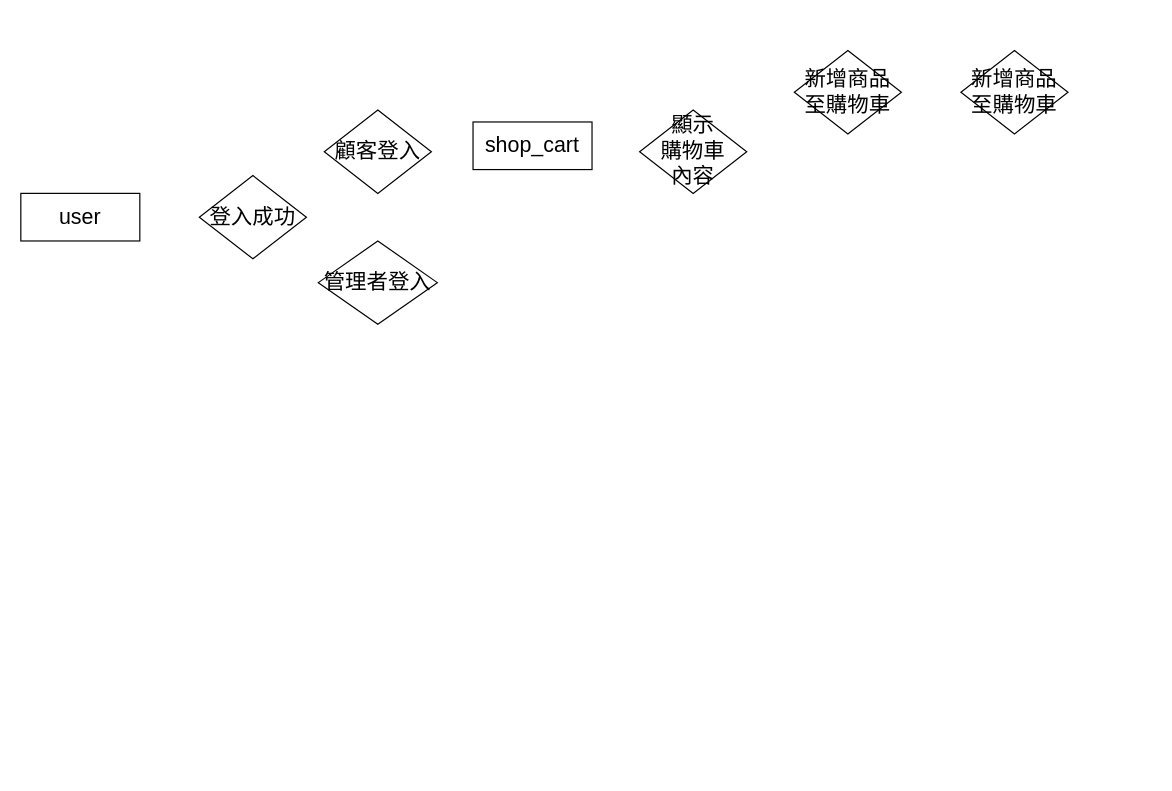
Above: shop_cart_diagram.drawio in tommygood/shopping-cart (draw.io), before the change. Source tidied: cells renumbered, new cells numbered last; positions are measured from the earlier drawing's top-left corner, leaving out a move shared by most shapes. Both pictures are drawn from the tidied source at 119%, with x=0, y=0 at pixel (20, 50).
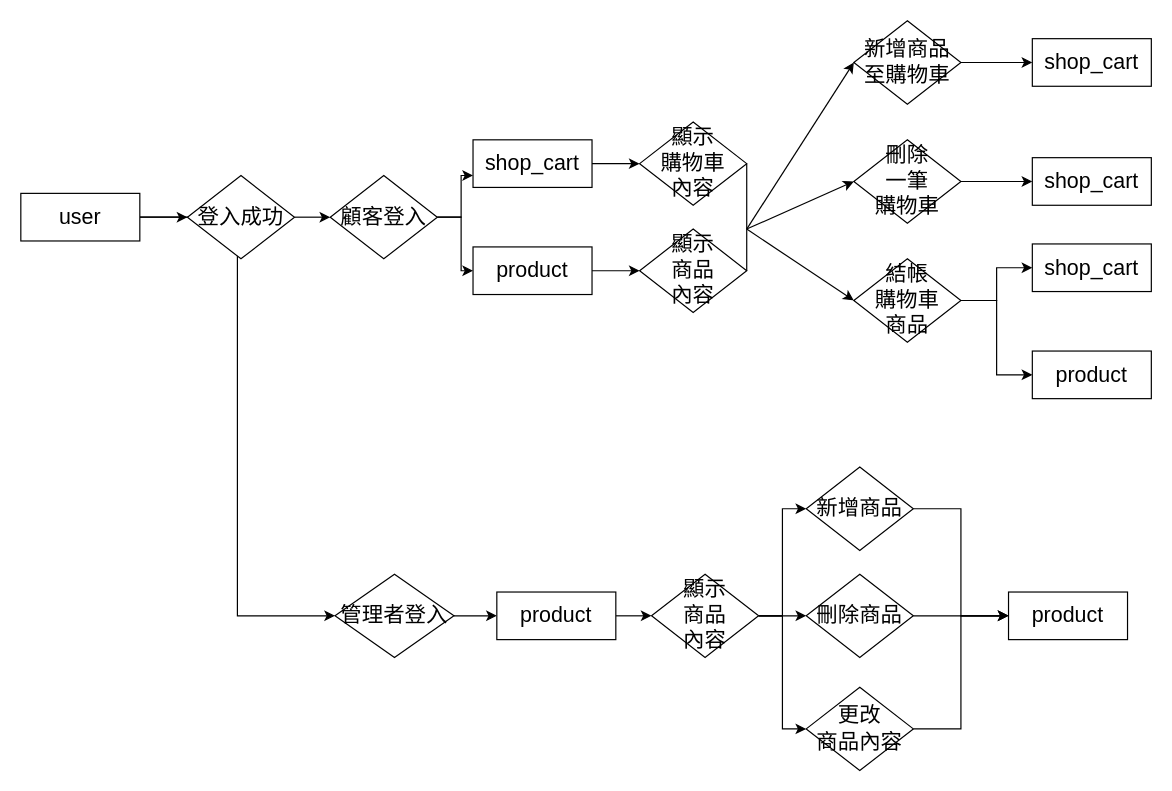
After the change.

Commit message:
diagram first done version without register function

Unchanged cells that the change refers to:
```xml
<mxCell id="2" value="&lt;font style=&quot;font-size: 18px;&quot;&gt;user&lt;/font&gt;" style="rounded=0;whiteSpace=wrap;html=1;" parent="1" vertex="1">
  <mxGeometry y="120" width="100" height="40" as="geometry" />
</mxCell>
```

What changed in the source:
```diff
@@
+    <mxCell id="10" style="edgeStyle=orthogonalEdgeStyle;rounded=0;jettySize=auto;html=1;exitX=1;exitY=0.5;exitDx=0;exitDy=0;entryX=0;entryY=0.5;entryDx=0;entryDy=0;" parent="1" edge="1" source="2" target="3">
+      <mxGeometry relative="1" as="geometry" />
+    </mxCell>
+    <mxCell id="11" style="edgeStyle=orthogonalEdgeStyle;rounded=0;jettySize=auto;html=1;exitX=1;exitY=0.5;exitDx=0;exitDy=0;entryX=0;entryY=0.5;entryDx=0;entryDy=0;" parent="1" edge="1" source="2" target="4">
+      <mxGeometry relative="1" as="geometry" />
+    </mxCell>
@@
+    <mxCell id="12" style="edgeStyle=orthogonalEdgeStyle;rounded=0;jettySize=auto;html=1;exitX=1;exitY=0.5;exitDx=0;exitDy=0;entryX=0;entryY=0.5;entryDx=0;entryDy=0;" parent="1" edge="1" source="3" target="5">
+      <mxGeometry relative="1" as="geometry" />
+    </mxCell>
     <mxCell id="3" value="登入成功" style="rhombus;whiteSpace=wrap;html=1;fontSize=18;" parent="1" vertex="1">
-      <mxGeometry x="150" y="105" width="90" height="70" as="geometry" />
+      <mxGeometry x="140" y="105" width="90" height="70" as="geometry" />
     </mxCell>
+    <mxCell id="13" style="edgeStyle=orthogonalEdgeStyle;rounded=0;jettySize=auto;html=1;exitX=1;exitY=0.5;exitDx=0;exitDy=0;" parent="1" edge="1" source="4" target="31">
+      <mxGeometry relative="1" as="geometry" />
+    </mxCell>
     <mxCell id="4" value="管理者登入" style="rhombus;whiteSpace=wrap;html=1;fontSize=18;" parent="1" vertex="1">
-      <mxGeometry x="250" y="160" width="100" height="70" as="geometry" />
+      <mxGeometry x="264" y="440" width="100" height="70" as="geometry" />
     </mxCell>
+    <mxCell id="14" style="edgeStyle=orthogonalEdgeStyle;rounded=0;jettySize=auto;html=1;exitX=1;exitY=0.5;exitDx=0;exitDy=0;entryX=0;entryY=0.75;entryDx=0;entryDy=0;" parent="1" edge="1" source="5" target="6">
+      <mxGeometry relative="1" as="geometry" />
+    </mxCell>
+    <mxCell id="15" style="edgeStyle=orthogonalEdgeStyle;rounded=0;jettySize=auto;html=1;exitX=1;exitY=0.5;exitDx=0;exitDy=0;entryX=0;entryY=0.5;entryDx=0;entryDy=0;" parent="1" edge="1" source="5" target="28">
+      <mxGeometry relative="1" as="geometry" />
+    </mxCell>
     <mxCell id="5" value="顧客登入" style="rhombus;whiteSpace=wrap;html=1;fontSize=18;" parent="1" vertex="1">
-      <mxGeometry x="255" y="50" width="90" height="70" as="geometry" />
+      <mxGeometry x="260" y="105" width="90" height="70" as="geometry" />
     </mxCell>
+    <mxCell id="16" style="edgeStyle=orthogonalEdgeStyle;rounded=0;jettySize=auto;html=1;exitX=1;exitY=0.5;exitDx=0;exitDy=0;entryX=0;entryY=0.5;entryDx=0;entryDy=0;" parent="1" edge="1" source="6" target="7">
+      <mxGeometry relative="1" as="geometry" />
+    </mxCell>
     <mxCell id="6" value="&lt;span style=&quot;font-size: 18px;&quot;&gt;shop_cart&lt;/span&gt;" style="rounded=0;whiteSpace=wrap;html=1;" parent="1" vertex="1">
-      <mxGeometry x="380" y="60" width="100" height="40" as="geometry" />
+      <mxGeometry x="380" y="75" width="100" height="40" as="geometry" />
     </mxCell>
     <mxCell id="7" value="顯示&lt;br&gt;購物車&lt;br&gt;內容" style="rhombus;whiteSpace=wrap;html=1;fontSize=18;" parent="1" vertex="1">
-      <mxGeometry x="520" y="50" width="90" height="70" as="geometry" />
+      <mxGeometry x="520" y="60" width="90" height="70" as="geometry" />
     </mxCell>
+    <mxCell id="17" style="edgeStyle=orthogonalEdgeStyle;rounded=0;jettySize=auto;html=1;exitX=1;exitY=0.5;exitDx=0;exitDy=0;entryX=0;entryY=0.5;entryDx=0;entryDy=0;" parent="1" edge="1" source="8" target="18">
+      <mxGeometry relative="1" as="geometry" />
+    </mxCell>
     <mxCell id="8" value="新增商品至購物車" style="rhombus;whiteSpace=wrap;html=1;fontSize=18;" parent="1" vertex="1">
-      <mxGeometry x="650" width="90" height="70" as="geometry" />
+      <mxGeometry x="700" y="-25" width="90" height="70" as="geometry" />
     </mxCell>
-    <mxCell id="9" value="新增商品至購物車" style="rhombus;whiteSpace=wrap;html=1;fontSize=18;" parent="1" vertex="1">
-      <mxGeometry x="790" width="90" height="70" as="geometry" />
-    </mxCell>
+    <mxCell id="18" value="&lt;span style=&quot;font-size: 18px;&quot;&gt;shop_cart&lt;/span&gt;" style="rounded=0;whiteSpace=wrap;html=1;" parent="1" vertex="1">
+      <mxGeometry x="850" y="-10" width="100" height="40" as="geometry" />
+    </mxCell>
+    <mxCell id="19" style="edgeStyle=orthogonalEdgeStyle;rounded=0;jettySize=auto;html=1;exitX=1;exitY=0.5;exitDx=0;exitDy=0;entryX=0;entryY=0.5;entryDx=0;entryDy=0;" parent="1" edge="1" source="20" target="21">
+      <mxGeometry relative="1" as="geometry" />
+    </mxCell>
+    <mxCell id="20" value="刪除&lt;br&gt;一筆&lt;br&gt;購物車" style="rhombus;whiteSpace=wrap;html=1;fontSize=18;" parent="1" vertex="1">
+      <mxGeometry x="700" y="75" width="90" height="70" as="geometry" />
+    </mxCell>
+    <mxCell id="21" value="&lt;span style=&quot;font-size: 18px;&quot;&gt;shop_cart&lt;/span&gt;" style="rounded=0;whiteSpace=wrap;html=1;" parent="1" vertex="1">
+      <mxGeometry x="850" y="90" width="100" height="40" as="geometry" />
+    </mxCell>
+    <mxCell id="22" style="edgeStyle=orthogonalEdgeStyle;rounded=0;jettySize=auto;html=1;exitX=1;exitY=0.5;exitDx=0;exitDy=0;entryX=0;entryY=0.5;entryDx=0;entryDy=0;" parent="1" edge="1" source="24" target="25">
+      <mxGeometry relative="1" as="geometry" />
+    </mxCell>
+    <mxCell id="23" style="edgeStyle=orthogonalEdgeStyle;rounded=0;jettySize=auto;html=1;exitX=1;exitY=0.5;exitDx=0;exitDy=0;entryX=0;entryY=0.5;entryDx=0;entryDy=0;" parent="1" edge="1" source="24" target="26">
+      <mxGeometry relative="1" as="geometry" />
+    </mxCell>
+    <mxCell id="24" value="結帳&lt;br&gt;購物車&lt;br&gt;商品" style="rhombus;whiteSpace=wrap;html=1;fontSize=18;" parent="1" vertex="1">
+      <mxGeometry x="700" y="175" width="90" height="70" as="geometry" />
+    </mxCell>
+    <mxCell id="25" value="&lt;span style=&quot;font-size: 18px;&quot;&gt;shop_cart&lt;/span&gt;" style="rounded=0;whiteSpace=wrap;html=1;" parent="1" vertex="1">
+      <mxGeometry x="850" y="162.5" width="100" height="40" as="geometry" />
+    </mxCell>
+    <mxCell id="26" value="&lt;span style=&quot;font-size: 18px;&quot;&gt;product&lt;/span&gt;" style="rounded=0;whiteSpace=wrap;html=1;" parent="1" vertex="1">
+      <mxGeometry x="850" y="252.5" width="100" height="40" as="geometry" />
+    </mxCell>
+    <mxCell id="27" style="edgeStyle=orthogonalEdgeStyle;rounded=0;jettySize=auto;html=1;exitX=1;exitY=0.5;exitDx=0;exitDy=0;entryX=0;entryY=0.5;entryDx=0;entryDy=0;" parent="1" edge="1" source="28" target="29">
+      <mxGeometry relative="1" as="geometry" />
+    </mxCell>
+    <mxCell id="28" value="&lt;span style=&quot;font-size: 18px;&quot;&gt;product&lt;/span&gt;" style="rounded=0;whiteSpace=wrap;html=1;" parent="1" vertex="1">
+      <mxGeometry x="380" y="165" width="100" height="40" as="geometry" />
+    </mxCell>
+    <mxCell id="29" value="顯示&lt;br&gt;商品&lt;br&gt;內容" style="rhombus;whiteSpace=wrap;html=1;fontSize=18;" parent="1" vertex="1">
+      <mxGeometry x="520" y="150" width="90" height="70" as="geometry" />
+    </mxCell>
+    <mxCell id="30" style="edgeStyle=orthogonalEdgeStyle;rounded=0;jettySize=auto;html=1;exitX=1;exitY=0.5;exitDx=0;exitDy=0;entryX=0;entryY=0.5;entryDx=0;entryDy=0;" parent="1" edge="1" source="31" target="35">
+      <mxGeometry relative="1" as="geometry" />
+    </mxCell>
+    <mxCell id="31" value="&lt;span style=&quot;font-size: 18px;&quot;&gt;product&lt;/span&gt;" style="rounded=0;whiteSpace=wrap;html=1;" parent="1" vertex="1">
+      <mxGeometry x="400" y="455" width="100" height="40" as="geometry" />
+    </mxCell>
+    <mxCell id="32" style="edgeStyle=orthogonalEdgeStyle;rounded=0;jettySize=auto;html=1;exitX=1;exitY=0.5;exitDx=0;exitDy=0;entryX=0;entryY=0.5;entryDx=0;entryDy=0;" parent="1" edge="1" source="35" target="39">
+      <mxGeometry relative="1" as="geometry" />
+    </mxCell>
+    <mxCell id="33" style="edgeStyle=orthogonalEdgeStyle;rounded=0;jettySize=auto;html=1;exitX=1;exitY=0.5;exitDx=0;exitDy=0;entryX=0;entryY=0.5;entryDx=0;entryDy=0;" parent="1" edge="1" source="35" target="37">
+      <mxGeometry relative="1" as="geometry" />
+    </mxCell>
+    <mxCell id="34" style="edgeStyle=orthogonalEdgeStyle;rounded=0;jettySize=auto;html=1;exitX=1;exitY=0.5;exitDx=0;exitDy=0;entryX=0;entryY=0.5;entryDx=0;entryDy=0;" parent="1" edge="1" source="35" target="41">
+      <mxGeometry relative="1" as="geometry" />
+    </mxCell>
+    <mxCell id="35" value="顯示&lt;br&gt;商品&lt;br&gt;內容" style="rhombus;whiteSpace=wrap;html=1;fontSize=18;" parent="1" vertex="1">
+      <mxGeometry x="530" y="440" width="90" height="70" as="geometry" />
+    </mxCell>
+    <mxCell id="36" style="edgeStyle=orthogonalEdgeStyle;rounded=0;jettySize=auto;html=1;exitX=1;exitY=0.5;exitDx=0;exitDy=0;entryX=0;entryY=0.5;entryDx=0;entryDy=0;" parent="1" edge="1" source="37" target="42">
+      <mxGeometry relative="1" as="geometry" />
+    </mxCell>
+    <mxCell id="37" value="新增商品" style="rhombus;whiteSpace=wrap;html=1;fontSize=18;" parent="1" vertex="1">
+      <mxGeometry x="660" y="350" width="90" height="70" as="geometry" />
+    </mxCell>
+    <mxCell id="38" style="edgeStyle=orthogonalEdgeStyle;rounded=0;jettySize=auto;html=1;exitX=1;exitY=0.5;exitDx=0;exitDy=0;entryX=0;entryY=0.5;entryDx=0;entryDy=0;" parent="1" edge="1" source="39" target="42">
+      <mxGeometry relative="1" as="geometry" />
+    </mxCell>
+    <mxCell id="39" value="刪除商品" style="rhombus;whiteSpace=wrap;html=1;fontSize=18;" parent="1" vertex="1">
+      <mxGeometry x="660" y="440" width="90" height="70" as="geometry" />
+    </mxCell>
+    <mxCell id="40" style="edgeStyle=orthogonalEdgeStyle;rounded=0;jettySize=auto;html=1;exitX=1;exitY=0.5;exitDx=0;exitDy=0;entryX=0;entryY=0.5;entryDx=0;entryDy=0;" parent="1" edge="1" source="41" target="42">
+      <mxGeometry relative="1" as="geometry" />
+    </mxCell>
+    <mxCell id="41" value="更改&lt;br&gt;商品內容" style="rhombus;whiteSpace=wrap;html=1;fontSize=18;" parent="1" vertex="1">
+      <mxGeometry x="660" y="535" width="90" height="70" as="geometry" />
+    </mxCell>
+    <mxCell id="42" value="&lt;span style=&quot;font-size: 18px;&quot;&gt;product&lt;/span&gt;" style="rounded=0;whiteSpace=wrap;html=1;" parent="1" vertex="1">
+      <mxGeometry x="830" y="455" width="100" height="40" as="geometry" />
+    </mxCell>
+    <mxCell id="43" style="endArrow=none;html=1;rounded=0;entryX=1;entryY=0.5;entryDx=0;entryDy=0;exitX=1;exitY=0.5;exitDx=0;exitDy=0;" parent="1" edge="1" source="29" target="7">
+      <mxGeometry relative="1" as="geometry">
+        <Array as="points">
+          <mxPoint x="610" y="150" />
+        </Array>
+      </mxGeometry>
+    </mxCell>
+    <mxCell id="44" style="endArrow=classic;html=1;rounded=0;entryX=0;entryY=0.5;entryDx=0;entryDy=0;" parent="1" edge="1" target="8">
+      <mxGeometry relative="1" as="geometry">
+        <mxPoint x="610" y="150" as="sourcePoint" />
+      </mxGeometry>
+    </mxCell>
+    <mxCell id="45" style="endArrow=classic;html=1;rounded=0;entryX=0;entryY=0.5;entryDx=0;entryDy=0;" parent="1" edge="1" target="20">
+      <mxGeometry relative="1" as="geometry">
+        <mxPoint x="610" y="150" as="sourcePoint" />
+      </mxGeometry>
+    </mxCell>
+    <mxCell id="46" style="endArrow=classic;html=1;rounded=0;entryX=0;entryY=0.5;entryDx=0;entryDy=0;" parent="1" edge="1" target="24">
+      <mxGeometry relative="1" as="geometry">
+        <mxPoint x="610" y="150" as="sourcePoint" />
+      </mxGeometry>
+    </mxCell>
```
